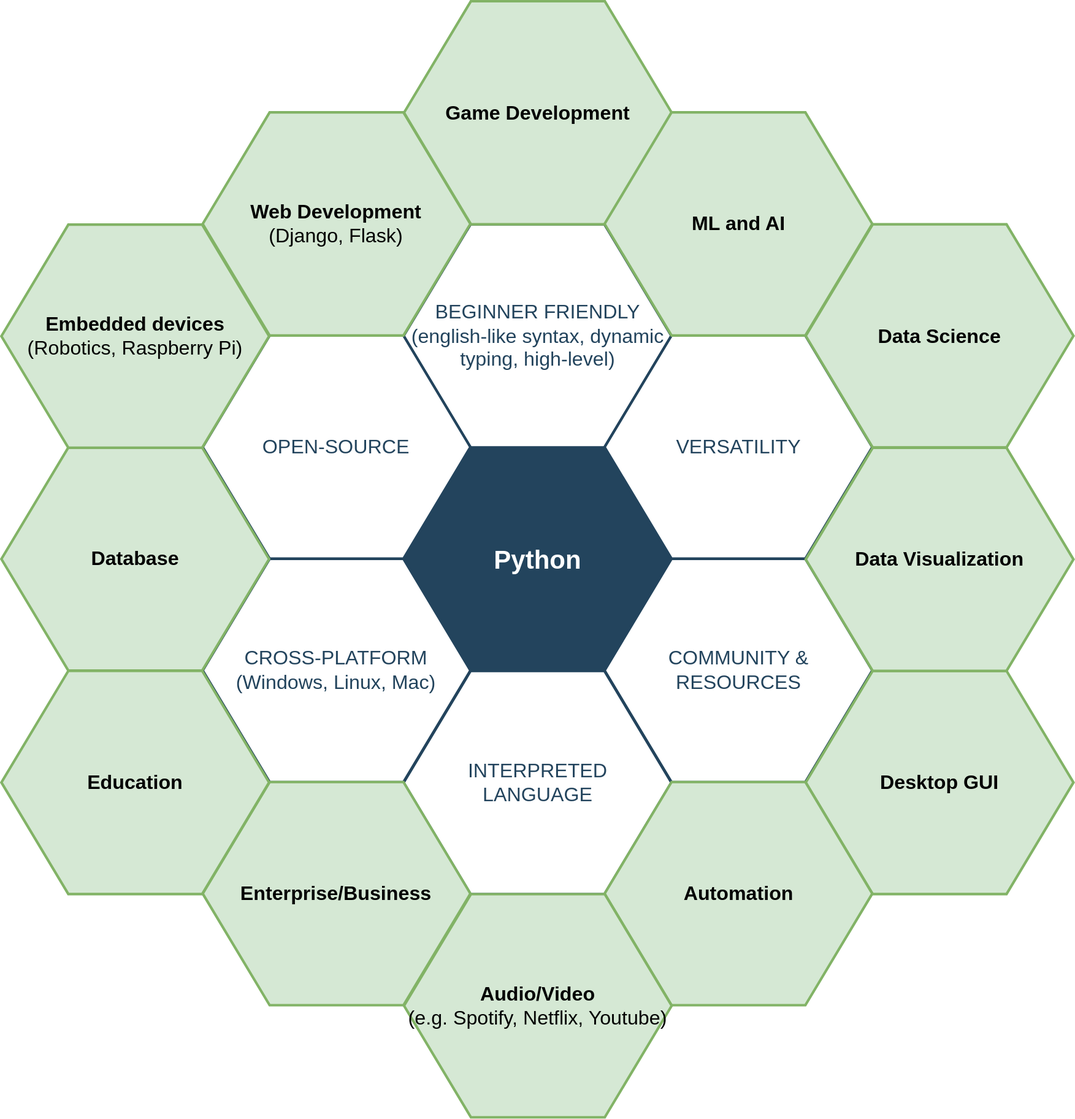
Before: Python_Workshop2022/img/whypython.svg, a diagram exported from draw.io (birkfl/TReND). Source tidied: cells renumbered, new cells last; positions are measured from the earlier drawing's top-left corner, leaving out a move shared by most shapes.
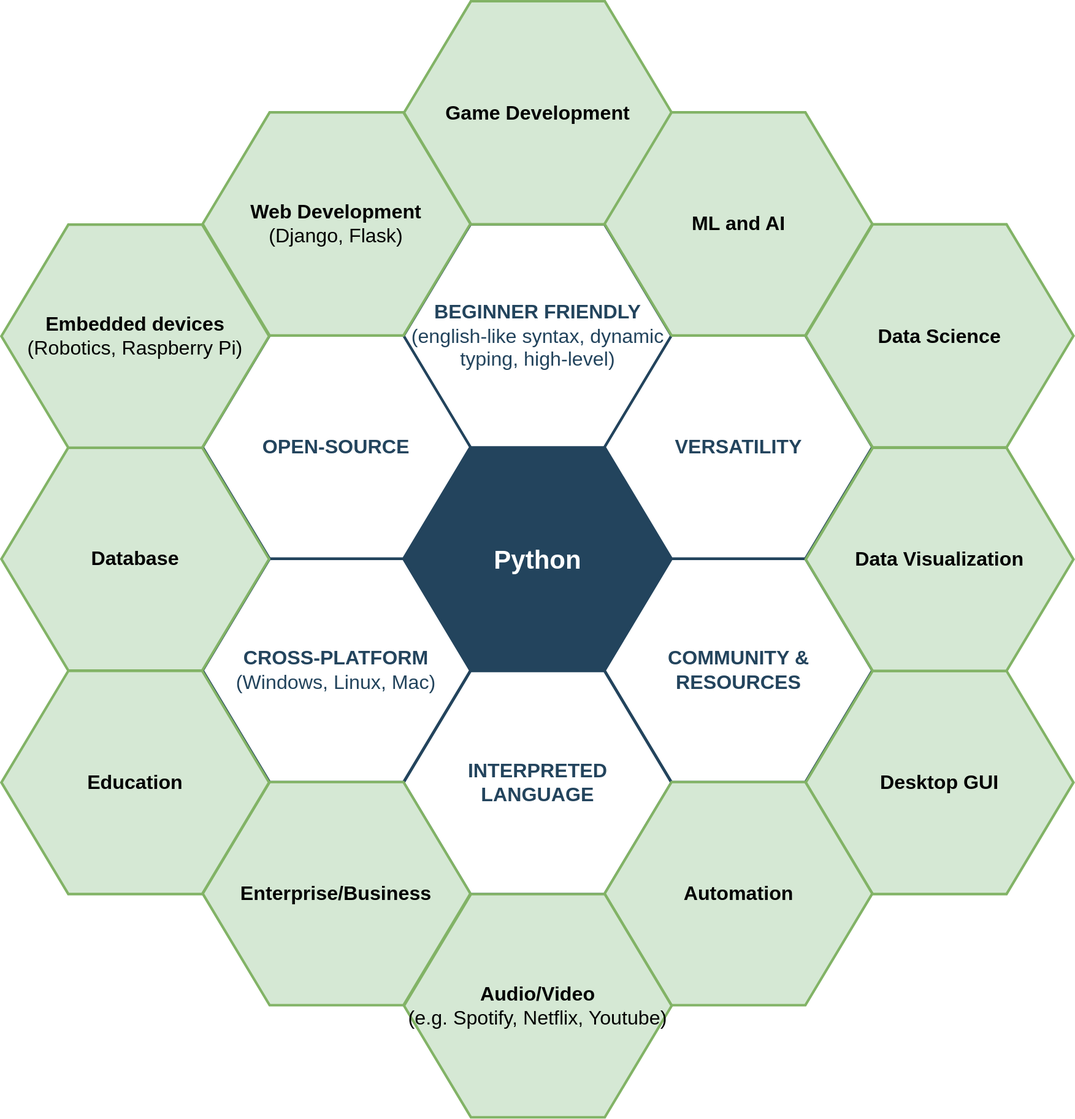
The same diagram one commit later.

The edit, as a diff of the source:
```diff
@@ -8,22 +8,22 @@
     <mxCell id="3" style="triangle;whiteSpace=wrap;html=1;shadow=0;labelBackgroundColor=none;strokeColor=none;fillColor=#FFFFFF;fontFamily=Helvetica;fontSize=17;fontColor=#23445d;align=center;rotation=90;gradientColor=none;flipV=1;flipH=1;opacity=20;" parent="1" vertex="1">
       <mxGeometry x="349.5" y="537.7" width="72" height="152" as="geometry" />
     </mxCell>
-    <mxCell id="4" value="&lt;div&gt;BEGINNER FRIENDLY&lt;/div&gt;&lt;div&gt;(english-like syntax, dynamic typing, high-level)&lt;/div&gt;" style="shape=hexagon;perimeter=hexagonPerimeter2;whiteSpace=wrap;html=1;shadow=0;labelBackgroundColor=none;strokeColor=#23445D;fillColor=#ffffff;gradientColor=none;fontFamily=Helvetica;fontSize=23;fontColor=#23445D;align=center;strokeWidth=3;" parent="1" vertex="1">
+    <mxCell id="4" value="&lt;div&gt;BEGINNER FRIENDLY&lt;/div&gt;&lt;div&gt;&lt;span style=&quot;font-weight: normal;&quot;&gt;(english-like syntax, dynamic typing, high-level)&lt;/span&gt;&lt;/div&gt;" style="shape=hexagon;perimeter=hexagonPerimeter2;whiteSpace=wrap;html=1;shadow=0;labelBackgroundColor=none;strokeColor=#23445D;fillColor=#ffffff;gradientColor=none;fontFamily=Helvetica;fontSize=23;fontColor=#23445D;align=center;strokeWidth=3;fontStyle=1;" parent="1" vertex="1">
       <mxGeometry x="468.6" y="259.7" width="311.8" height="259.9" as="geometry" />
     </mxCell>
-    <mxCell id="5" value="VERSATILITY" style="shape=hexagon;perimeter=hexagonPerimeter2;whiteSpace=wrap;html=1;shadow=0;labelBackgroundColor=none;strokeColor=#23445D;fillColor=#FFFFFF;gradientColor=none;fontFamily=Helvetica;fontSize=23;fontColor=#23445d;align=center;strokeWidth=3;" parent="1" vertex="1">
+    <mxCell id="5" value="VERSATILITY" style="shape=hexagon;perimeter=hexagonPerimeter2;whiteSpace=wrap;html=1;shadow=0;labelBackgroundColor=none;strokeColor=#23445D;fillColor=#FFFFFF;gradientColor=none;fontFamily=Helvetica;fontSize=23;fontColor=#23445d;align=center;strokeWidth=3;fontStyle=1;" parent="1" vertex="1">
       <mxGeometry x="702.7" y="389.2" width="311.8" height="259.9" as="geometry" />
     </mxCell>
-    <mxCell id="6" value="COMMUNITY &amp;amp; RESOURCES" style="shape=hexagon;perimeter=hexagonPerimeter2;whiteSpace=wrap;html=1;shadow=0;labelBackgroundColor=none;strokeColor=#23445D;fillColor=#FFFFFF;gradientColor=none;fontFamily=Helvetica;fontSize=23;fontColor=#23445d;align=center;strokeWidth=3;" parent="1" vertex="1">
+    <mxCell id="6" value="COMMUNITY &amp;amp; RESOURCES" style="shape=hexagon;perimeter=hexagonPerimeter2;whiteSpace=wrap;html=1;shadow=0;labelBackgroundColor=none;strokeColor=#23445D;fillColor=#FFFFFF;gradientColor=none;fontFamily=Helvetica;fontSize=23;fontColor=#23445d;align=center;strokeWidth=3;fontStyle=1;" parent="1" vertex="1">
       <mxGeometry x="702.7" y="649.3" width="311.8" height="259.9" as="geometry" />
     </mxCell>
-    <mxCell id="7" value="&lt;div&gt;INTERPRETED &lt;br&gt;&lt;/div&gt;&lt;div&gt;LANGUAGE&lt;/div&gt;" style="shape=hexagon;perimeter=hexagonPerimeter2;whiteSpace=wrap;html=1;shadow=0;labelBackgroundColor=none;strokeColor=#23445D;fillColor=#FFFFFF;gradientColor=none;fontFamily=Helvetica;fontSize=23;fontColor=#23445d;align=center;strokeWidth=3;" parent="1" vertex="1">
+    <mxCell id="7" value="&lt;div&gt;INTERPRETED &lt;br&gt;&lt;/div&gt;&lt;div&gt;LANGUAGE&lt;/div&gt;" style="shape=hexagon;perimeter=hexagonPerimeter2;whiteSpace=wrap;html=1;shadow=0;labelBackgroundColor=none;strokeColor=#23445D;fillColor=#FFFFFF;gradientColor=none;fontFamily=Helvetica;fontSize=23;fontColor=#23445d;align=center;strokeWidth=3;fontStyle=1;" parent="1" vertex="1">
       <mxGeometry x="468.6" y="779.8" width="311.8" height="259.9" as="geometry" />
     </mxCell>
-    <mxCell id="8" value="&lt;div&gt;CROSS-PLATFORM&lt;/div&gt;&lt;div&gt;(Windows, Linux, Mac)&lt;/div&gt;" style="shape=hexagon;perimeter=hexagonPerimeter2;whiteSpace=wrap;html=1;shadow=0;labelBackgroundColor=none;strokeColor=#23445D;fillColor=#FFFFFF;gradientColor=none;fontFamily=Helvetica;fontSize=23;fontColor=#23445d;align=center;strokeWidth=3;" parent="1" vertex="1">
+    <mxCell id="8" value="&lt;div&gt;CROSS-PLATFORM&lt;/div&gt;&lt;div&gt;&lt;span style=&quot;font-weight: normal;&quot;&gt;(Windows, Linux, Mac)&lt;/span&gt;&lt;/div&gt;" style="shape=hexagon;perimeter=hexagonPerimeter2;whiteSpace=wrap;html=1;shadow=0;labelBackgroundColor=none;strokeColor=#23445D;fillColor=#FFFFFF;gradientColor=none;fontFamily=Helvetica;fontSize=23;fontColor=#23445d;align=center;strokeWidth=3;fontStyle=1;" parent="1" vertex="1">
       <mxGeometry x="234.5" y="649.3" width="311.8" height="259.9" as="geometry" />
     </mxCell>
-    <mxCell id="9" value="OPEN-SOURCE" style="shape=hexagon;perimeter=hexagonPerimeter2;whiteSpace=wrap;html=1;shadow=0;labelBackgroundColor=none;strokeColor=#23445D;fillColor=#ffffff;gradientColor=none;fontFamily=Helvetica;fontSize=23;fontColor=#23445D;align=center;strokeWidth=3;" parent="1" vertex="1">
+    <mxCell id="9" value="OPEN-SOURCE" style="shape=hexagon;perimeter=hexagonPerimeter2;whiteSpace=wrap;html=1;shadow=0;labelBackgroundColor=none;strokeColor=#23445D;fillColor=#ffffff;gradientColor=none;fontFamily=Helvetica;fontSize=23;fontColor=#23445D;align=center;strokeWidth=3;fontStyle=1;" parent="1" vertex="1">
       <mxGeometry x="234.5" y="389.2" width="311.8" height="259.9" as="geometry" />
     </mxCell>
     <mxCell id="10" value="&lt;div&gt;&lt;b&gt;Web Development&lt;/b&gt;&lt;/div&gt;&lt;div&gt;(Django, Flask)&lt;br&gt;&lt;/div&gt;" style="shape=hexagon;perimeter=hexagonPerimeter2;whiteSpace=wrap;html=1;shadow=0;labelBackgroundColor=none;strokeColor=#82b366;fillColor=#d5e8d4;fontFamily=Helvetica;fontSize=23;align=center;strokeWidth=3;" parent="1" vertex="1">
```
